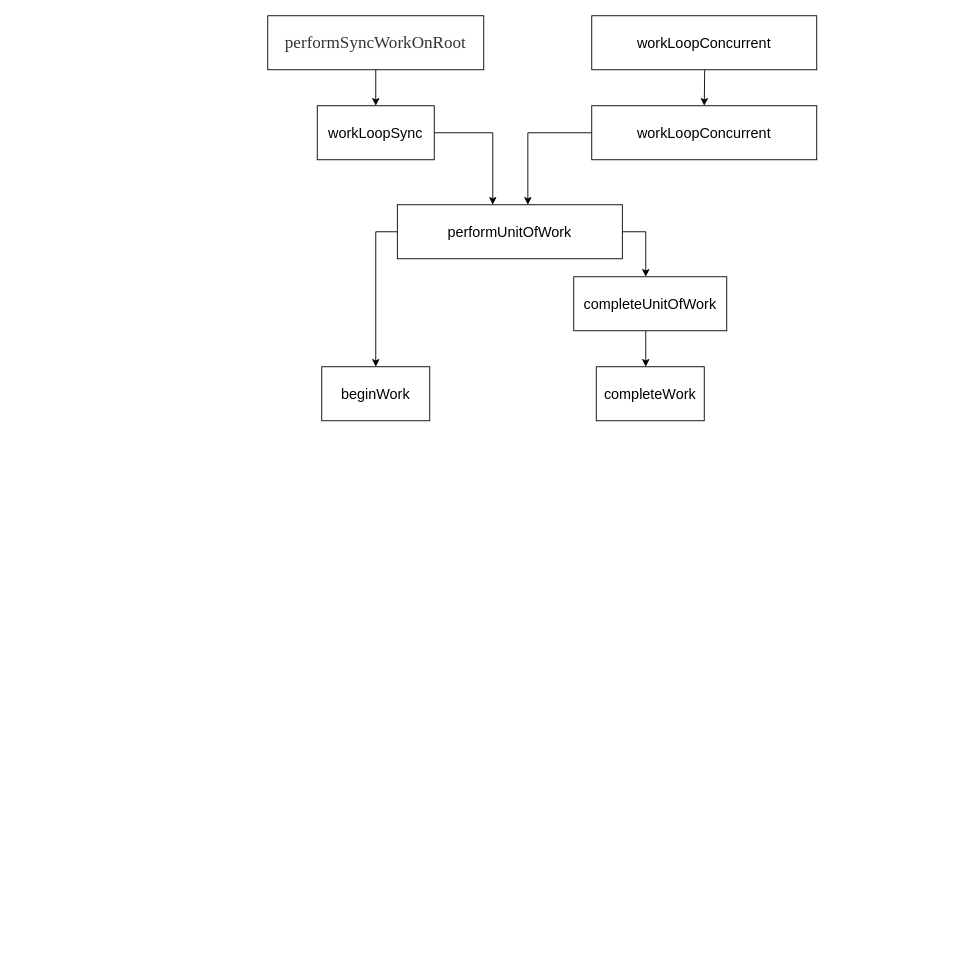
Before: page "Page-5" (5 of 5) of 第五章_0.drawio in xiaochen1024/react_code, a draw.io diagram. Source tidied: cells renumbered, new cells numbered last; positions are measured from the earlier drawing's top-left corner, leaving out a move shared by most shapes. Both pictures are drawn from the tidied source at 90%, with x=0, y=0 at pixel (267, 15).
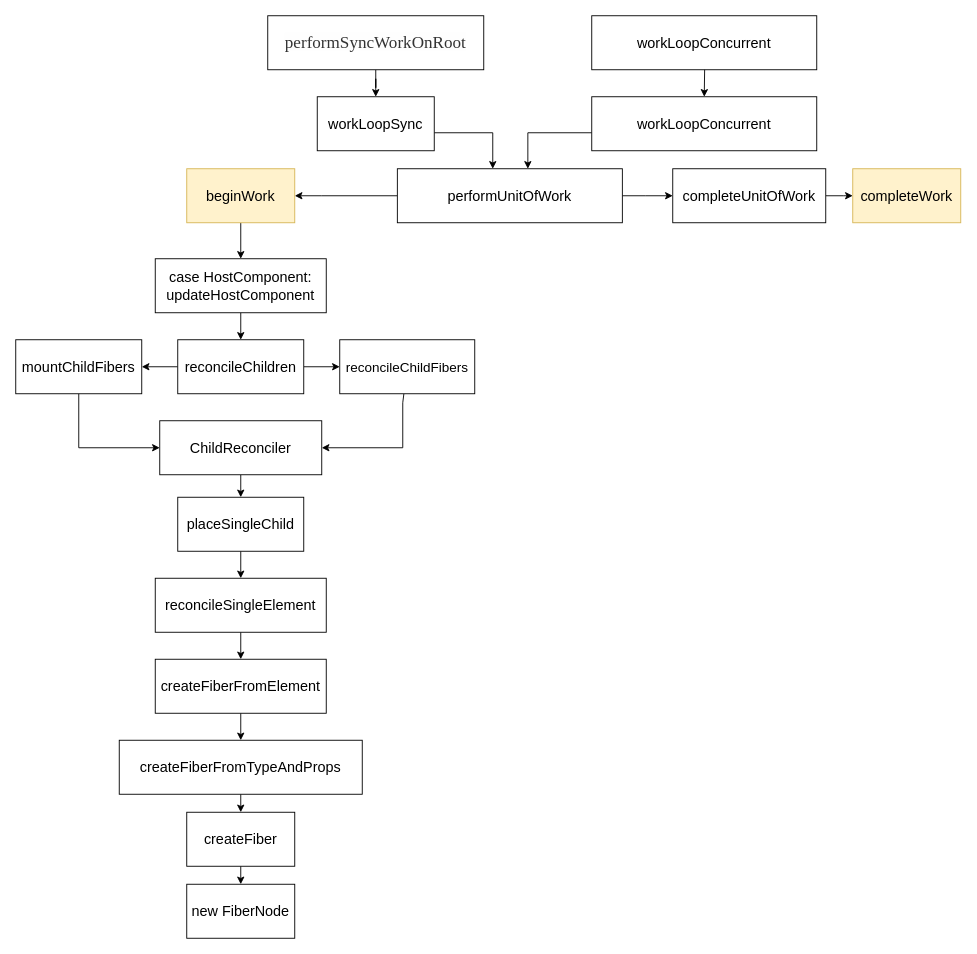
The same diagram, later.

Diff of the diagram source:
```diff
@@
     <mxCell id="7" value="&lt;font style=&quot;font-size: 16px&quot;&gt;workLoopSync&lt;/font&gt;" style="whiteSpace=wrap;html=1;rounded=0;strokeWidth=1;" parent="1" vertex="1">
-      <mxGeometry x="55" y="100" width="130" height="60" as="geometry" />
+      <mxGeometry x="55" y="90" width="130" height="60" as="geometry" />
     </mxCell>
-    <mxCell id="8" style="edgeStyle=orthogonalEdgeStyle;rounded=0;jettySize=auto;html=1;entryX=0.5;entryY=0;entryDx=0;entryDy=0;strokeWidth=1;" parent="1" edge="1" source="10" target="13">
+    <mxCell id="8" style="edgeStyle=orthogonalEdgeStyle;rounded=0;jettySize=auto;html=1;strokeWidth=1;" parent="1" edge="1" source="10" target="13">
       <mxGeometry relative="1" as="geometry">
         <Array as="points">
-          <mxPoint x="120" y="240" />
+          <mxPoint x="60" y="200" />
+          <mxPoint x="60" y="200" />
         </Array>
       </mxGeometry>
     </mxCell>
     <mxCell id="9" style="edgeStyle=orthogonalEdgeStyle;rounded=0;jettySize=auto;html=1;strokeWidth=1;" parent="1" edge="1" source="10" target="15">
       <mxGeometry relative="1" as="geometry">
         <Array as="points">
-          <mxPoint x="420" y="240" />
+          <mxPoint x="420" y="200" />
         </Array>
       </mxGeometry>
     </mxCell>
     <mxCell id="10" value="&lt;font style=&quot;font-size: 16px&quot;&gt;performUnitOfWork&lt;/font&gt;" style="whiteSpace=wrap;html=1;rounded=0;strokeWidth=1;" parent="1" vertex="1">
-      <mxGeometry x="144" y="210" width="250" height="60" as="geometry" />
+      <mxGeometry x="144" y="170" width="250" height="60" as="geometry" />
     </mxCell>
@@
     <mxCell id="12" value="&lt;font style=&quot;font-size: 16px&quot;&gt;workLoopConcurrent&lt;/font&gt;" style="rounded=0;whiteSpace=wrap;html=1;strokeWidth=1;" parent="1" vertex="1">
-      <mxGeometry x="360" y="100" width="250" height="60" as="geometry" />
+      <mxGeometry x="360" y="90" width="250" height="60" as="geometry" />
     </mxCell>
+    <mxCell id="17" style="edgeStyle=none;rounded=0;jettySize=auto;html=1;strokeWidth=1;" parent="1" edge="1" source="13" target="19">
+      <mxGeometry relative="1" as="geometry" />
+    </mxCell>
-    <mxCell id="13" value="&lt;font style=&quot;font-size: 16px&quot;&gt;beginWork&lt;/font&gt;" style="rounded=0;whiteSpace=wrap;html=1;strokeWidth=1;" parent="1" vertex="1">
-      <mxGeometry x="60" y="390" width="120" height="60" as="geometry" />
+    <mxCell id="13" value="&lt;font style=&quot;font-size: 16px&quot;&gt;beginWork&lt;/font&gt;" style="rounded=0;whiteSpace=wrap;html=1;strokeWidth=1;fillColor=#fff2cc;strokeColor=#d6b656;" parent="1" vertex="1">
+      <mxGeometry x="-90" y="170" width="120" height="60" as="geometry" />
     </mxCell>
     <mxCell id="14" style="edgeStyle=orthogonalEdgeStyle;rounded=0;jettySize=auto;html=1;strokeWidth=1;" parent="1" edge="1" source="15" target="16">
       <mxGeometry relative="1" as="geometry">
         <Array as="points">
-          <mxPoint x="420" y="370" />
-          <mxPoint x="420" y="370" />
+          <mxPoint x="640" y="200" />
+          <mxPoint x="640" y="200" />
         </Array>
       </mxGeometry>
     </mxCell>
     <mxCell id="15" value="&lt;font style=&quot;font-size: 16px&quot;&gt;completeUnitOfWork&lt;/font&gt;" style="rounded=0;whiteSpace=wrap;html=1;strokeWidth=1;" parent="1" vertex="1">
-      <mxGeometry x="340" y="290" width="170" height="60" as="geometry" />
+      <mxGeometry x="450" y="170" width="170" height="60" as="geometry" />
     </mxCell>
-    <mxCell id="16" value="&lt;font style=&quot;font-size: 16px&quot;&gt;completeWork&lt;/font&gt;" style="whiteSpace=wrap;html=1;rounded=0;strokeWidth=1;" parent="1" vertex="1">
-      <mxGeometry x="365" y="390" width="120" height="60" as="geometry" />
+    <mxCell id="16" value="&lt;font style=&quot;font-size: 16px&quot;&gt;completeWork&lt;/font&gt;" style="whiteSpace=wrap;html=1;rounded=0;strokeWidth=1;fillColor=#fff2cc;strokeColor=#d6b656;" parent="1" vertex="1">
+      <mxGeometry x="650" y="170" width="120" height="60" as="geometry" />
     </mxCell>
+    <mxCell id="18" style="edgeStyle=none;rounded=0;jettySize=auto;html=1;strokeWidth=1;" parent="1" edge="1" source="19" target="22">
+      <mxGeometry relative="1" as="geometry" />
+    </mxCell>
+    <mxCell id="19" value="&lt;font&gt;&lt;span style=&quot;font-size: 16px&quot;&gt;case HostComponent:&lt;/span&gt;&lt;br&gt;&lt;span style=&quot;font-size: 16px&quot;&gt;updateHostComponent&lt;/span&gt;&lt;/font&gt;" style="whiteSpace=wrap;html=1;rounded=0;strokeWidth=1;" parent="1" vertex="1">
+      <mxGeometry x="-125" y="270" width="190" height="60" as="geometry" />
+    </mxCell>
+    <mxCell id="20" style="edgeStyle=none;rounded=0;jettySize=auto;html=1;strokeWidth=1;" parent="1" edge="1" source="22" target="24">
+      <mxGeometry relative="1" as="geometry" />
+    </mxCell>
+    <mxCell id="21" style="edgeStyle=none;rounded=0;jettySize=auto;html=1;strokeWidth=1;" parent="1" edge="1" source="22" target="26">
+      <mxGeometry relative="1" as="geometry" />
+    </mxCell>
+    <mxCell id="22" value="&lt;font style=&quot;font-size: 16px&quot;&gt;reconcileChildren&lt;/font&gt;" style="whiteSpace=wrap;html=1;rounded=0;strokeWidth=1;" parent="1" vertex="1">
+      <mxGeometry x="-100" y="360" width="140" height="60" as="geometry" />
+    </mxCell>
+    <mxCell id="23" style="edgeStyle=none;rounded=0;jettySize=auto;html=1;entryX=0;entryY=0.5;entryDx=0;entryDy=0;strokeWidth=1;" parent="1" edge="1" source="24" target="28">
+      <mxGeometry relative="1" as="geometry">
+        <Array as="points">
+          <mxPoint x="-210" y="480" />
+        </Array>
+      </mxGeometry>
+    </mxCell>
+    <mxCell id="24" value="&lt;font style=&quot;font-size: 16px&quot;&gt;mountChildFibers&lt;/font&gt;" style="whiteSpace=wrap;html=1;rounded=0;strokeWidth=1;" parent="1" vertex="1">
+      <mxGeometry x="-280" y="360" width="140" height="60" as="geometry" />
+    </mxCell>
+    <mxCell id="25" style="edgeStyle=none;rounded=0;jettySize=auto;html=1;entryX=1;entryY=0.5;entryDx=0;entryDy=0;strokeWidth=1;" parent="1" edge="1" source="26" target="28">
+      <mxGeometry relative="1" as="geometry">
+        <Array as="points">
+          <mxPoint x="150" y="430" />
+          <mxPoint x="150" y="480" />
+        </Array>
+      </mxGeometry>
+    </mxCell>
+    <mxCell id="26" value="&lt;font style=&quot;font-size: 15px&quot;&gt;reconcileChildFibers&lt;/font&gt;" style="whiteSpace=wrap;html=1;rounded=0;strokeWidth=1;" parent="1" vertex="1">
+      <mxGeometry x="80" y="360" width="150" height="60" as="geometry" />
+    </mxCell>
+    <mxCell id="27" style="edgeStyle=none;rounded=0;jettySize=auto;html=1;strokeWidth=1;" parent="1" edge="1" source="28" target="30">
+      <mxGeometry relative="1" as="geometry" />
+    </mxCell>
+    <mxCell id="28" value="&lt;font style=&quot;font-size: 16px&quot;&gt;ChildReconciler&lt;/font&gt;" style="whiteSpace=wrap;html=1;rounded=0;strokeWidth=1;" parent="1" vertex="1">
+      <mxGeometry x="-120" y="450" width="180" height="60" as="geometry" />
+    </mxCell>
+    <mxCell id="29" style="edgeStyle=none;rounded=0;jettySize=auto;html=1;strokeWidth=1;" parent="1" edge="1" source="30" target="32">
+      <mxGeometry relative="1" as="geometry" />
+    </mxCell>
+    <mxCell id="30" value="&lt;font style=&quot;font-size: 16px&quot;&gt;placeSingleChild&lt;/font&gt;" style="whiteSpace=wrap;html=1;rounded=0;strokeWidth=1;" parent="1" vertex="1">
+      <mxGeometry x="-100" y="535" width="140" height="60" as="geometry" />
+    </mxCell>
+    <mxCell id="31" style="edgeStyle=none;rounded=0;jettySize=auto;html=1;strokeWidth=1;" parent="1" edge="1" source="32" target="34">
+      <mxGeometry relative="1" as="geometry" />
+    </mxCell>
+    <mxCell id="32" value="&lt;font style=&quot;font-size: 16px&quot;&gt;reconcileSingleElement&lt;/font&gt;" style="whiteSpace=wrap;html=1;rounded=0;strokeWidth=1;" parent="1" vertex="1">
+      <mxGeometry x="-125" y="625" width="190" height="60" as="geometry" />
+    </mxCell>
+    <mxCell id="33" style="edgeStyle=none;rounded=0;jettySize=auto;html=1;strokeWidth=1;fontSize=16;fontColor=#6666FF;" parent="1" edge="1" source="34" target="36">
+      <mxGeometry relative="1" as="geometry" />
+    </mxCell>
+    <mxCell id="34" value="&lt;font style=&quot;font-size: 16px&quot;&gt;createFiberFromElement&lt;/font&gt;" style="whiteSpace=wrap;html=1;rounded=0;strokeWidth=1;" parent="1" vertex="1">
+      <mxGeometry x="-125" y="715" width="190" height="60" as="geometry" />
+    </mxCell>
+    <mxCell id="35" style="edgeStyle=none;rounded=0;jettySize=auto;html=1;strokeWidth=1;fontSize=16;fontColor=#6666FF;" parent="1" edge="1" source="36" target="38">
+      <mxGeometry relative="1" as="geometry" />
+    </mxCell>
+    <mxCell id="36" value="&lt;font style=&quot;font-size: 16px&quot;&gt;createFiberFromTypeAndProps&lt;/font&gt;" style="whiteSpace=wrap;html=1;rounded=0;strokeWidth=1;" parent="1" vertex="1">
+      <mxGeometry x="-165" y="805" width="270" height="60" as="geometry" />
+    </mxCell>
+    <mxCell id="37" style="edgeStyle=none;rounded=0;jettySize=auto;html=1;strokeWidth=1;fontSize=16;fontColor=#6666FF;" parent="1" edge="1" source="38" target="39">
+      <mxGeometry relative="1" as="geometry" />
+    </mxCell>
+    <mxCell id="38" value="&lt;font style=&quot;font-size: 16px&quot;&gt;createFiber&lt;/font&gt;" style="whiteSpace=wrap;html=1;rounded=0;strokeWidth=1;" parent="1" vertex="1">
+      <mxGeometry x="-90" y="885" width="120" height="60" as="geometry" />
+    </mxCell>
+    <mxCell id="39" value="&lt;font style=&quot;font-size: 16px&quot;&gt;new FiberNode&lt;/font&gt;" style="whiteSpace=wrap;html=1;rounded=0;strokeWidth=1;" parent="1" vertex="1">
+      <mxGeometry x="-90" y="965" width="120" height="60" as="geometry" />
+    </mxCell>
```
